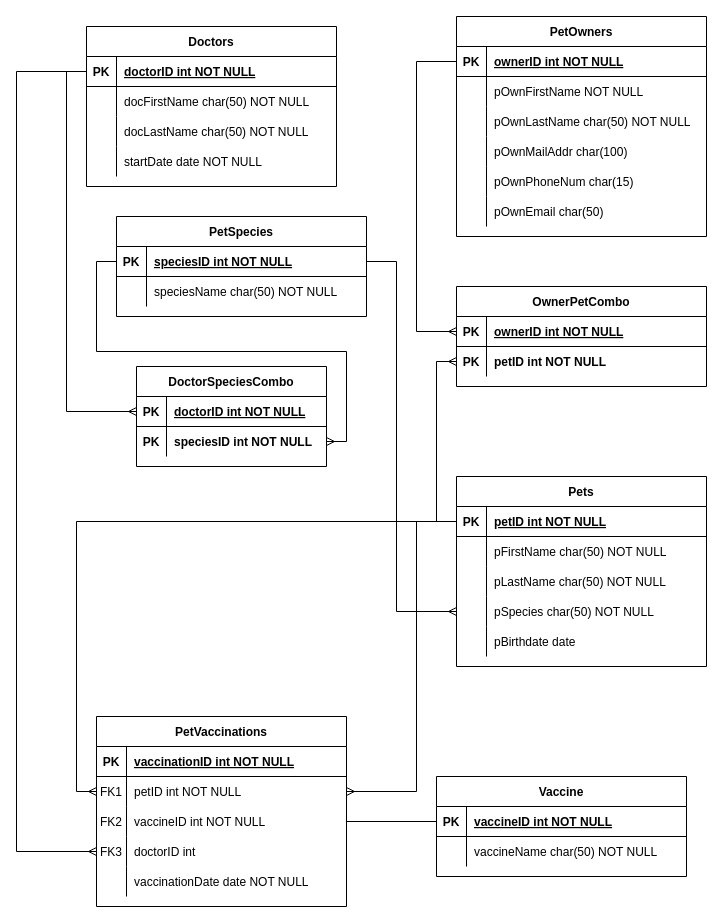
Earlier version of the draw.io diagram SQL stuff/In-class ERDs/pet shop.drawio (The-Software-Guild/git---github-B-Rust). Source tidied: cells renumbered, new cells numbered last; positions are measured from the earlier drawing's top-left corner, leaving out a move shared by most shapes. Both pictures are drawn from the tidied source at 100%, with x=0, y=0 at pixel (16, 16).
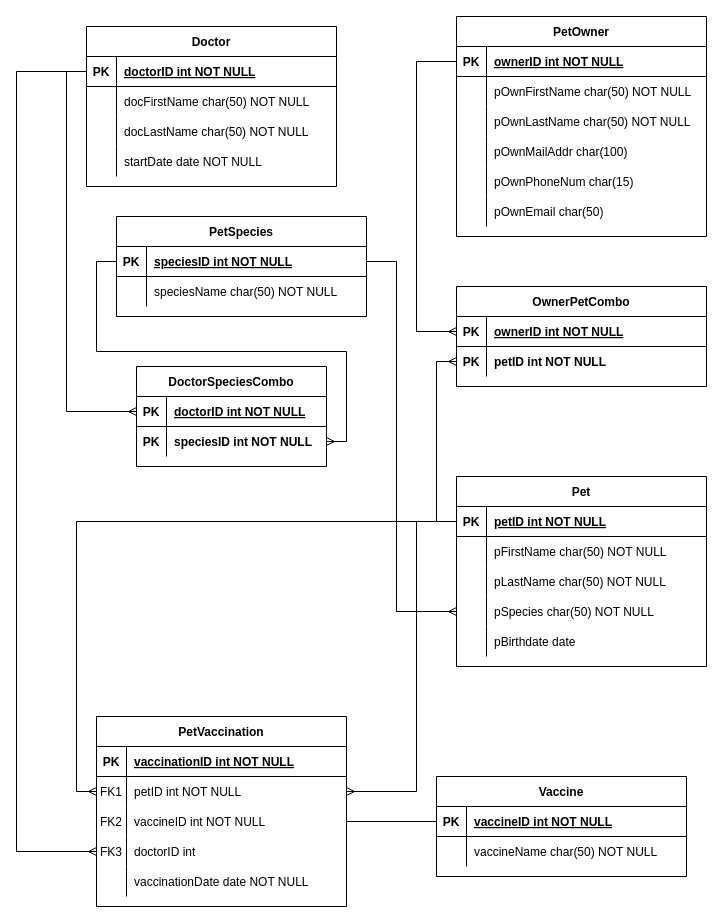
The same page after the edit.

The change refers to these unchanged cells:
```xml
<mxCell id="6" style="shape=partialRectangle;fillColor=none;top=0;left=0;right=0;bottom=0;" parent="2" vertex="1">
  <mxGeometry y="60" width="250" height="30" as="geometry" />
</mxCell>
```

What changed in the source:
```diff
@@
-    <mxCell id="2" value="PetOwners" style="shape=table;startSize=30;childLayout=tableLayout;rowLines=0;fontStyle=1;align=center;" parent="1" vertex="1">
+    <mxCell id="2" value="PetOwner" style="shape=table;startSize=30;childLayout=tableLayout;rowLines=0;fontStyle=1;align=center;" parent="1" vertex="1">
       <mxGeometry x="440" width="250" height="220" as="geometry" />
     </mxCell>
@@
-    <mxCell id="8" value="pOwnFirstName NOT NULL" style="shape=partialRectangle;overflow=hidden;fillColor=none;top=0;left=0;bottom=0;right=0;align=left;spacingLeft=6;" parent="6" vertex="1">
+    <mxCell id="8" value="pOwnFirstName char(50) NOT NULL" style="shape=partialRectangle;overflow=hidden;fillColor=none;top=0;left=0;bottom=0;right=0;align=left;spacingLeft=6;" parent="6" vertex="1">
       <mxGeometry x="30" width="220" height="30" as="geometry" />
     </mxCell>
@@
-    <mxCell id="21" value="Pets" style="shape=table;startSize=30;childLayout=tableLayout;rowLines=0;fontStyle=1;align=center;" parent="1" vertex="1">
+    <mxCell id="21" value="Pet" style="shape=table;startSize=30;childLayout=tableLayout;rowLines=0;fontStyle=1;align=center;" parent="1" vertex="1">
       <mxGeometry x="440" y="460" width="250" height="190" as="geometry" />
     </mxCell>
@@
-    <mxCell id="37" value="Doctors" style="shape=table;startSize=30;childLayout=tableLayout;rowLines=0;fontStyle=1;align=center;" parent="1" vertex="1">
+    <mxCell id="37" value="Doctor" style="shape=table;startSize=30;childLayout=tableLayout;rowLines=0;fontStyle=1;align=center;" parent="1" vertex="1">
       <mxGeometry x="70" y="10" width="250" height="160" as="geometry" />
     </mxCell>
@@
-    <mxCell id="57" value="PetVaccinations" style="shape=table;startSize=30;childLayout=tableLayout;rowLines=0;fontStyle=1;align=center;" parent="1" vertex="1">
+    <mxCell id="57" value="PetVaccination" style="shape=table;startSize=30;childLayout=tableLayout;rowLines=0;fontStyle=1;align=center;" parent="1" vertex="1">
       <mxGeometry x="80" y="700" width="250" height="190" as="geometry" />
     </mxCell>
```
